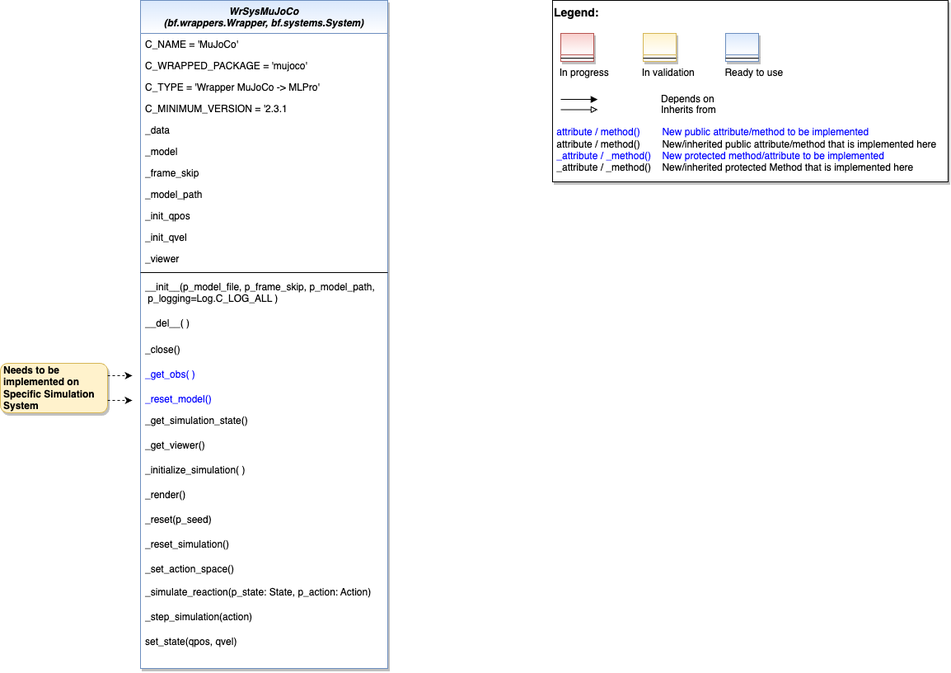
Before: doc/rtd/content/append2/core/images/wrappers/MLPro-Wrappers-Mujoco.drawio.png, a diagram exported from draw.io (fhswf/MLPro). Source tidied: cells renumbered, new cells last; positions are measured from the earlier drawing's top-left corner, leaving out a move shared by most shapes.
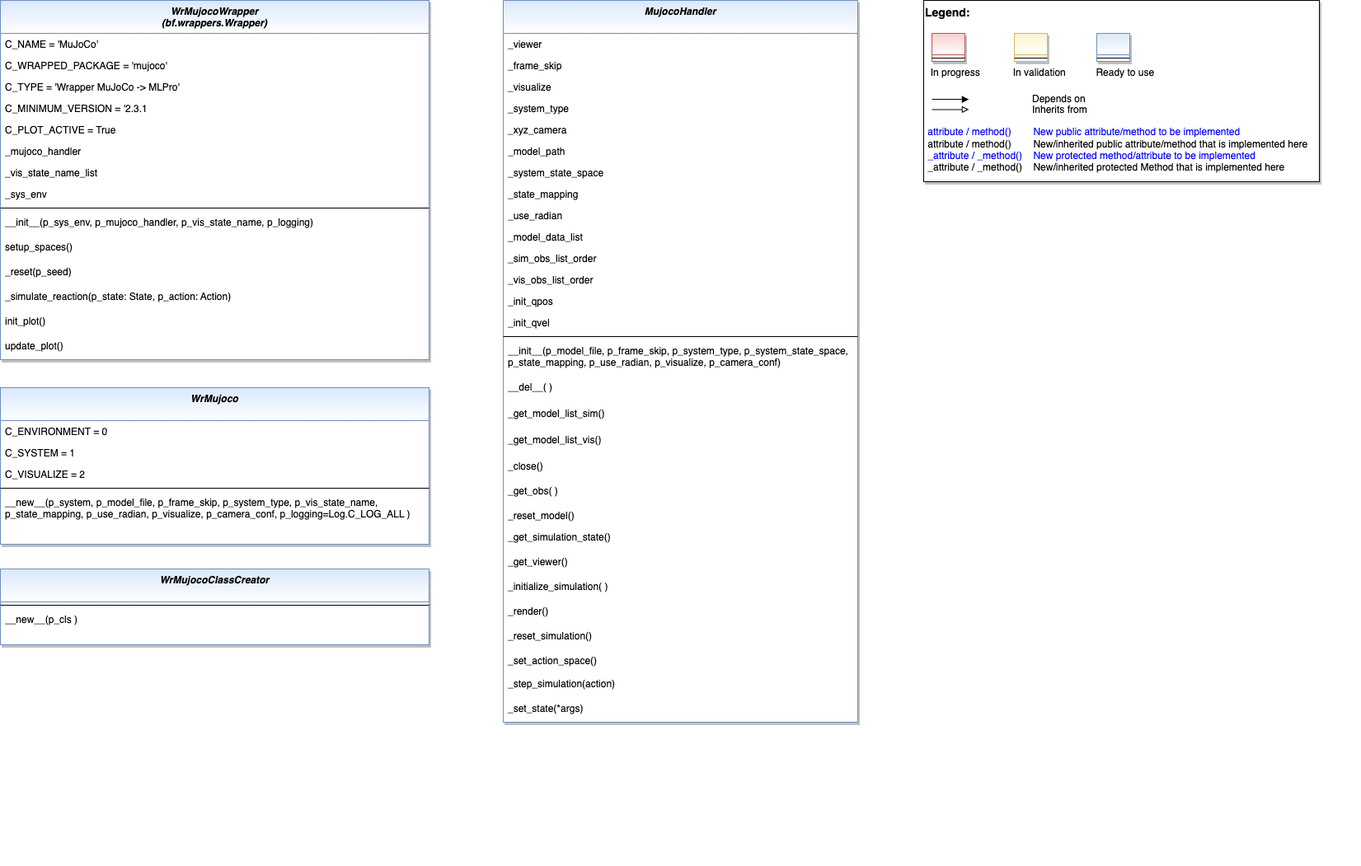
The same diagram one commit later.

What changed in the source:
```diff
@@ -4,88 +4,52 @@
     <mxCell id="1" parent="0" />
-    <mxCell id="2" value="WrSysMuJoCo&#10;(bf.wrappers.Wrapper, bf.systems.System)" style="swimlane;fontStyle=3;align=center;verticalAlign=top;horizontal=1;startSize=40;rounded=0;shadow=1;strokeWidth=1;fillColor=#dae8fc;strokeColor=#6c8ebf;gradientColor=#ffffff;swimlaneFillColor=#ffffff;" parent="1" vertex="1">
-      <mxGeometry x="170" width="300" height="810" as="geometry" />
+    <mxCell id="2" value="WrMujocoWrapper&#10;(bf.wrappers.Wrapper)" style="swimlane;fontStyle=3;align=center;verticalAlign=top;horizontal=1;startSize=40;rounded=0;shadow=1;strokeWidth=1;fillColor=#dae8fc;strokeColor=#6c8ebf;gradientColor=#ffffff;swimlaneFillColor=#ffffff;" parent="1" vertex="1">
+      <mxGeometry x="40" y="10" width="520" height="436" as="geometry" />
     </mxCell>
     <mxCell id="3" value="C_NAME = 'MuJoCo'" style="text;align=left;verticalAlign=top;spacingLeft=4;spacingRight=4;overflow=hidden;" parent="2" vertex="1">
-      <mxGeometry y="40" width="300" height="26" as="geometry" />
+      <mxGeometry y="40" width="520" height="26" as="geometry" />
     </mxCell>
     <mxCell id="4" value="C_WRAPPED_PACKAGE = 'mujoco'" style="text;align=left;verticalAlign=top;spacingLeft=4;spacingRight=4;overflow=hidden;" parent="2" vertex="1">
-      <mxGeometry y="66" width="300" height="26" as="geometry" />
+      <mxGeometry y="66" width="520" height="26" as="geometry" />
     </mxCell>
     <mxCell id="5" value="C_TYPE = 'Wrapper MuJoCo -&gt; MLPro'" style="text;align=left;verticalAlign=top;spacingLeft=4;spacingRight=4;overflow=hidden;" parent="2" vertex="1">
-      <mxGeometry y="92" width="300" height="26" as="geometry" />
+      <mxGeometry y="92" width="520" height="26" as="geometry" />
     </mxCell>
     <mxCell id="6" value="C_MINIMUM_VERSION = '2.3.1" style="text;align=left;verticalAlign=top;spacingLeft=4;spacingRight=4;overflow=hidden;" parent="2" vertex="1">
-      <mxGeometry y="118" width="300" height="26" as="geometry" />
+      <mxGeometry y="118" width="520" height="26" as="geometry" />
     </mxCell>
+    <mxCell id="43" value="C_PLOT_ACTIVE = True" style="text;align=left;verticalAlign=top;spacingLeft=4;spacingRight=4;overflow=hidden;" parent="2" vertex="1">
+      <mxGeometry y="144" width="520" height="26" as="geometry" />
+    </mxCell>
-    <mxCell id="7" value="_data" style="text;align=left;verticalAlign=top;spacingLeft=4;spacingRight=4;overflow=hidden;" parent="2" vertex="1">
-      <mxGeometry y="144" width="300" height="26" as="geometry" />
+    <mxCell id="7" value="_mujoco_handler" style="text;align=left;verticalAlign=top;spacingLeft=4;spacingRight=4;overflow=hidden;" parent="2" vertex="1">
+      <mxGeometry y="170" width="520" height="26" as="geometry" />
     </mxCell>
-    <mxCell id="8" value="_model" style="text;align=left;verticalAlign=top;spacingLeft=4;spacingRight=4;overflow=hidden;" parent="2" vertex="1">
-      <mxGeometry y="170" width="300" height="26" as="geometry" />
-    </mxCell>
-    <mxCell id="9" value="_frame_skip" style="text;align=left;verticalAlign=top;spacingLeft=4;spacingRight=4;overflow=hidden;" parent="2" vertex="1">
-      <mxGeometry y="196" width="300" height="26" as="geometry" />
-    </mxCell>
-    <mxCell id="10" value="_model_path" style="text;align=left;verticalAlign=top;spacingLeft=4;spacingRight=4;overflow=hidden;" parent="2" vertex="1">
-      <mxGeometry y="222" width="300" height="26" as="geometry" />
-    </mxCell>
-    <mxCell id="11" value="_init_qpos" style="text;align=left;verticalAlign=top;spacingLeft=4;spacingRight=4;overflow=hidden;" parent="2" vertex="1">
-      <mxGeometry y="248" width="300" height="26" as="geometry" />
-    </mxCell>
-    <mxCell id="12" value="_init_qvel" style="text;align=left;verticalAlign=top;spacingLeft=4;spacingRight=4;overflow=hidden;" parent="2" vertex="1">
-      <mxGeometry y="274" width="300" height="26" as="geometry" />
-    </mxCell>
-    <mxCell id="13" value="_viewer" style="text;align=left;verticalAlign=top;spacingLeft=4;spacingRight=4;overflow=hidden;" parent="2" vertex="1">
-      <mxGeometry y="300" width="300" height="26" as="geometry" />
-    </mxCell>
+    <mxCell id="44" value="_vis_state_name_list" style="text;align=left;verticalAlign=top;spacingLeft=4;spacingRight=4;overflow=hidden;" parent="2" vertex="1">
+      <mxGeometry y="196" width="520" height="26" as="geometry" />
+    </mxCell>
+    <mxCell id="45" value="_sys_env" style="text;align=left;verticalAlign=top;spacingLeft=4;spacingRight=4;overflow=hidden;" parent="2" vertex="1">
+      <mxGeometry y="222" width="520" height="26" as="geometry" />
+    </mxCell>
     <mxCell id="14" style="line;html=1;strokeWidth=1;align=left;verticalAlign=middle;spacingTop=-1;spacingLeft=3;spacingRight=3;labelPosition=right;" parent="2" vertex="1">
-      <mxGeometry y="326" width="300" height="8" as="geometry" />
+      <mxGeometry y="248" width="520" height="8" as="geometry" />
     </mxCell>
-    <mxCell id="15" value="__init__(p_model_file, p_frame_skip, p_model_path,&#10; p_logging=Log.C_LOG_ALL )" style="text;align=left;verticalAlign=top;spacingLeft=4;spacingRight=4;overflow=hidden;" parent="2" vertex="1">
-      <mxGeometry y="334" width="300" height="44" as="geometry" />
-    </mxCell>
-    <mxCell id="16" value="__del__( )" style="text;align=left;verticalAlign=top;spacingLeft=4;spacingRight=4;overflow=hidden;" parent="2" vertex="1">
-      <mxGeometry y="378" width="300" height="32" as="geometry" />
-    </mxCell>
-    <mxCell id="17" value="_close()" style="text;align=left;verticalAlign=top;spacingLeft=4;spacingRight=4;overflow=hidden;" parent="2" vertex="1">
-      <mxGeometry y="410" width="300" height="30" as="geometry" />
-    </mxCell>
-    <mxCell id="18" value="_get_obs( )" style="text;align=left;verticalAlign=top;spacingLeft=4;spacingRight=4;overflow=hidden;fontColor=#0000FF;" parent="2" vertex="1">
-      <mxGeometry y="440" width="300" height="30" as="geometry" />
-    </mxCell>
-    <mxCell id="19" value="_reset_model()" style="text;align=left;verticalAlign=top;spacingLeft=4;spacingRight=4;overflow=hidden;fontColor=#0000FF;" parent="2" vertex="1">
-      <mxGeometry y="470" width="300" height="26" as="geometry" />
-    </mxCell>
-    <mxCell id="20" value="_get_simulation_state()" style="text;align=left;verticalAlign=top;spacingLeft=4;spacingRight=4;overflow=hidden;" parent="2" vertex="1">
-      <mxGeometry y="496" width="300" height="30" as="geometry" />
-    </mxCell>
-    <mxCell id="21" value="_get_viewer()" style="text;align=left;verticalAlign=top;spacingLeft=4;spacingRight=4;overflow=hidden;" parent="2" vertex="1">
-      <mxGeometry y="526" width="300" height="30" as="geometry" />
-    </mxCell>
-    <mxCell id="22" value="_initialize_simulation( )" style="text;align=left;verticalAlign=top;spacingLeft=4;spacingRight=4;overflow=hidden;" parent="2" vertex="1">
-      <mxGeometry y="556" width="300" height="30" as="geometry" />
-    </mxCell>
-    <mxCell id="23" value="_render()" style="text;align=left;verticalAlign=top;spacingLeft=4;spacingRight=4;overflow=hidden;" parent="2" vertex="1">
-      <mxGeometry y="586" width="300" height="30" as="geometry" />
-    </mxCell>
+    <mxCell id="46" value="__init__(p_sys_env, p_mujoco_handler, p_vis_state_name, p_logging)" style="text;align=left;verticalAlign=top;spacingLeft=4;spacingRight=4;overflow=hidden;" parent="2" vertex="1">
+      <mxGeometry y="256" width="520" height="30" as="geometry" />
+    </mxCell>
+    <mxCell id="47" value="setup_spaces()" style="text;align=left;verticalAlign=top;spacingLeft=4;spacingRight=4;overflow=hidden;" parent="2" vertex="1">
+      <mxGeometry y="286" width="520" height="30" as="geometry" />
+    </mxCell>
     <mxCell id="24" value="_reset(p_seed)" style="text;align=left;verticalAlign=top;spacingLeft=4;spacingRight=4;overflow=hidden;" parent="2" vertex="1">
-      <mxGeometry y="616" width="300" height="30" as="geometry" />
+      <mxGeometry y="316" width="520" height="30" as="geometry" />
     </mxCell>
-    <mxCell id="25" value="_reset_simulation()" style="text;align=left;verticalAlign=top;spacingLeft=4;spacingRight=4;overflow=hidden;" parent="2" vertex="1">
-      <mxGeometry y="646" width="300" height="30" as="geometry" />
-    </mxCell>
-    <mxCell id="26" value="_set_action_space()" style="text;align=left;verticalAlign=top;spacingLeft=4;spacingRight=4;overflow=hidden;" parent="2" vertex="1">
-      <mxGeometry y="676" width="300" height="28" as="geometry" />
-    </mxCell>
     <mxCell id="27" value="_simulate_reaction(p_state: State, p_action: Action)" style="text;align=left;verticalAlign=top;spacingLeft=4;spacingRight=4;overflow=hidden;" parent="2" vertex="1">
-      <mxGeometry y="704" width="300" height="30" as="geometry" />
+      <mxGeometry y="346" width="520" height="30" as="geometry" />
     </mxCell>
-    <mxCell id="28" value="_step_simulation(action)" style="text;align=left;verticalAlign=top;spacingLeft=4;spacingRight=4;overflow=hidden;" parent="2" vertex="1">
-      <mxGeometry y="734" width="300" height="30" as="geometry" />
+    <mxCell id="28" value="init_plot()" style="text;align=left;verticalAlign=top;spacingLeft=4;spacingRight=4;overflow=hidden;" parent="2" vertex="1">
+      <mxGeometry y="376" width="520" height="30" as="geometry" />
     </mxCell>
-    <mxCell id="29" value="set_state(qpos, qvel)" style="text;align=left;verticalAlign=top;spacingLeft=4;spacingRight=4;overflow=hidden;" parent="2" vertex="1">
-      <mxGeometry y="764" width="300" height="30" as="geometry" />
-    </mxCell>
+    <mxCell id="48" value="update_plot()" style="text;align=left;verticalAlign=top;spacingLeft=4;spacingRight=4;overflow=hidden;" parent="2" vertex="1">
+      <mxGeometry y="406" width="520" height="30" as="geometry" />
+    </mxCell>
     <mxCell id="30" style="group;" parent="1" vertex="1">
-      <mxGeometry x="670" width="480" height="220" as="geometry" />
+      <mxGeometry x="1160" y="10" width="530" height="1050" as="geometry" />
     </mxCell>
@@ -129,15 +93,122 @@
     </mxCell>
-    <mxCell id="40" value="Needs to be implemented on Specific Simulation System" style="rounded=1;whiteSpace=wrap;html=1;fillColor=#fff2cc;strokeColor=#d6b656;shadow=1;fontStyle=1;align=left;spacingLeft=2;" parent="1" vertex="1">
-      <mxGeometry y="440" width="130" height="60" as="geometry" />
-    </mxCell>
-    <mxCell id="41" style="endArrow=classic;html=1;fontColor=#0000FF;exitX=1;exitY=0.25;exitDx=0;exitDy=0;rounded=0;dashed=1;" parent="1" edge="1" source="40">
-      <mxGeometry relative="1" as="geometry">
-        <mxPoint x="160" y="455" as="targetPoint" />
-      </mxGeometry>
-    </mxCell>
-    <mxCell id="42" style="endArrow=classic;html=1;fontColor=#0000FF;exitX=1;exitY=0.75;exitDx=0;exitDy=0;rounded=0;dashed=1;" parent="1" edge="1" source="40">
-      <mxGeometry relative="1" as="geometry">
-        <mxPoint x="160" y="485" as="targetPoint" />
-      </mxGeometry>
-    </mxCell>
+    <mxCell id="49" value="MujocoHandler" style="swimlane;fontStyle=3;align=center;verticalAlign=top;horizontal=1;startSize=40;rounded=0;shadow=1;strokeWidth=1;fillColor=#dae8fc;strokeColor=#6c8ebf;gradientColor=#ffffff;swimlaneFillColor=#ffffff;" parent="1" vertex="1">
+      <mxGeometry x="650" y="10" width="430" height="876" as="geometry" />
+    </mxCell>
+    <mxCell id="13" value="_viewer" style="text;align=left;verticalAlign=top;spacingLeft=4;spacingRight=4;overflow=hidden;" parent="49" vertex="1">
+      <mxGeometry y="40" width="430" height="26" as="geometry" />
+    </mxCell>
+    <mxCell id="9" value="_frame_skip" style="text;align=left;verticalAlign=top;spacingLeft=4;spacingRight=4;overflow=hidden;" parent="49" vertex="1">
+      <mxGeometry y="66" width="430" height="26" as="geometry" />
+    </mxCell>
+    <mxCell id="50" value="_visualize" style="text;align=left;verticalAlign=top;spacingLeft=4;spacingRight=4;overflow=hidden;" parent="49" vertex="1">
+      <mxGeometry y="92" width="430" height="26" as="geometry" />
+    </mxCell>
+    <mxCell id="51" value="_system_type" style="text;align=left;verticalAlign=top;spacingLeft=4;spacingRight=4;overflow=hidden;" parent="49" vertex="1">
+      <mxGeometry y="118" width="430" height="26" as="geometry" />
+    </mxCell>
+    <mxCell id="52" value="_xyz_camera" style="text;align=left;verticalAlign=top;spacingLeft=4;spacingRight=4;overflow=hidden;" parent="49" vertex="1">
+      <mxGeometry y="144" width="430" height="26" as="geometry" />
+    </mxCell>
+    <mxCell id="10" value="_model_path" style="text;align=left;verticalAlign=top;spacingLeft=4;spacingRight=4;overflow=hidden;" parent="49" vertex="1">
+      <mxGeometry y="170" width="430" height="26" as="geometry" />
+    </mxCell>
+    <mxCell id="53" value="_system_state_space" style="text;align=left;verticalAlign=top;spacingLeft=4;spacingRight=4;overflow=hidden;" parent="49" vertex="1">
+      <mxGeometry y="196" width="430" height="26" as="geometry" />
+    </mxCell>
+    <mxCell id="54" value="_state_mapping" style="text;align=left;verticalAlign=top;spacingLeft=4;spacingRight=4;overflow=hidden;" parent="49" vertex="1">
+      <mxGeometry y="222" width="430" height="26" as="geometry" />
+    </mxCell>
+    <mxCell id="55" value="_use_radian" style="text;align=left;verticalAlign=top;spacingLeft=4;spacingRight=4;overflow=hidden;" parent="49" vertex="1">
+      <mxGeometry y="248" width="430" height="26" as="geometry" />
+    </mxCell>
+    <mxCell id="56" value="_model_data_list" style="text;align=left;verticalAlign=top;spacingLeft=4;spacingRight=4;overflow=hidden;" parent="49" vertex="1">
+      <mxGeometry y="274" width="430" height="26" as="geometry" />
+    </mxCell>
+    <mxCell id="57" value="_sim_obs_list_order" style="text;align=left;verticalAlign=top;spacingLeft=4;spacingRight=4;overflow=hidden;" parent="49" vertex="1">
+      <mxGeometry y="300" width="430" height="26" as="geometry" />
+    </mxCell>
+    <mxCell id="58" value="_vis_obs_list_order" style="text;align=left;verticalAlign=top;spacingLeft=4;spacingRight=4;overflow=hidden;" parent="49" vertex="1">
+      <mxGeometry y="326" width="430" height="26" as="geometry" />
+    </mxCell>
+    <mxCell id="11" value="_init_qpos" style="text;align=left;verticalAlign=top;spacingLeft=4;spacingRight=4;overflow=hidden;" parent="49" vertex="1">
+      <mxGeometry y="352" width="430" height="26" as="geometry" />
+    </mxCell>
+    <mxCell id="12" value="_init_qvel" style="text;align=left;verticalAlign=top;spacingLeft=4;spacingRight=4;overflow=hidden;" parent="49" vertex="1">
+      <mxGeometry y="378" width="430" height="26" as="geometry" />
+    </mxCell>
+    <mxCell id="59" style="line;html=1;strokeWidth=1;align=left;verticalAlign=middle;spacingTop=-1;spacingLeft=3;spacingRight=3;labelPosition=right;" parent="49" vertex="1">
+      <mxGeometry y="404" width="430" height="8" as="geometry" />
+    </mxCell>
+    <mxCell id="60" value="__init__(p_model_file, p_frame_skip, p_system_type, p_system_state_space,&#10;p_state_mapping, p_use_radian, p_visualize, p_camera_conf)" style="text;align=left;verticalAlign=top;spacingLeft=4;spacingRight=4;overflow=hidden;" parent="49" vertex="1">
+      <mxGeometry y="412" width="430" height="44" as="geometry" />
+    </mxCell>
+    <mxCell id="16" value="__del__( )" style="text;align=left;verticalAlign=top;spacingLeft=4;spacingRight=4;overflow=hidden;" parent="49" vertex="1">
+      <mxGeometry y="456" width="430" height="32" as="geometry" />
+    </mxCell>
+    <mxCell id="61" value="_get_model_list_sim()" style="text;align=left;verticalAlign=top;spacingLeft=4;spacingRight=4;overflow=hidden;" parent="49" vertex="1">
+      <mxGeometry y="488" width="430" height="32" as="geometry" />
+    </mxCell>
+    <mxCell id="62" value="_get_model_list_vis()" style="text;align=left;verticalAlign=top;spacingLeft=4;spacingRight=4;overflow=hidden;" parent="49" vertex="1">
+      <mxGeometry y="520" width="430" height="32" as="geometry" />
+    </mxCell>
+    <mxCell id="17" value="_close()" style="text;align=left;verticalAlign=top;spacingLeft=4;spacingRight=4;overflow=hidden;" parent="49" vertex="1">
+      <mxGeometry y="552" width="430" height="30" as="geometry" />
+    </mxCell>
+    <mxCell id="18" value="_get_obs( )" style="text;align=left;verticalAlign=top;spacingLeft=4;spacingRight=4;overflow=hidden;fontColor=#000000;" parent="49" vertex="1">
+      <mxGeometry y="582" width="430" height="30" as="geometry" />
+    </mxCell>
+    <mxCell id="19" value="_reset_model()" style="text;align=left;verticalAlign=top;spacingLeft=4;spacingRight=4;overflow=hidden;fontColor=#000000;" parent="49" vertex="1">
+      <mxGeometry y="612" width="430" height="26" as="geometry" />
+    </mxCell>
+    <mxCell id="20" value="_get_simulation_state()" style="text;align=left;verticalAlign=top;spacingLeft=4;spacingRight=4;overflow=hidden;" parent="49" vertex="1">
+      <mxGeometry y="638" width="430" height="30" as="geometry" />
+    </mxCell>
+    <mxCell id="21" value="_get_viewer()" style="text;align=left;verticalAlign=top;spacingLeft=4;spacingRight=4;overflow=hidden;" parent="49" vertex="1">
+      <mxGeometry y="668" width="430" height="30" as="geometry" />
+    </mxCell>
+    <mxCell id="22" value="_initialize_simulation( )" style="text;align=left;verticalAlign=top;spacingLeft=4;spacingRight=4;overflow=hidden;" parent="49" vertex="1">
+      <mxGeometry y="698" width="430" height="30" as="geometry" />
+    </mxCell>
+    <mxCell id="23" value="_render()" style="text;align=left;verticalAlign=top;spacingLeft=4;spacingRight=4;overflow=hidden;" parent="49" vertex="1">
+      <mxGeometry y="728" width="430" height="30" as="geometry" />
+    </mxCell>
+    <mxCell id="25" value="_reset_simulation()" style="text;align=left;verticalAlign=top;spacingLeft=4;spacingRight=4;overflow=hidden;" parent="49" vertex="1">
+      <mxGeometry y="758" width="430" height="30" as="geometry" />
+    </mxCell>
+    <mxCell id="26" value="_set_action_space()" style="text;align=left;verticalAlign=top;spacingLeft=4;spacingRight=4;overflow=hidden;" parent="49" vertex="1">
+      <mxGeometry y="788" width="430" height="28" as="geometry" />
+    </mxCell>
+    <mxCell id="63" value="_step_simulation(action)" style="text;align=left;verticalAlign=top;spacingLeft=4;spacingRight=4;overflow=hidden;" parent="49" vertex="1">
+      <mxGeometry y="816" width="430" height="30" as="geometry" />
+    </mxCell>
+    <mxCell id="64" value="_set_state(*args)" style="text;align=left;verticalAlign=top;spacingLeft=4;spacingRight=4;overflow=hidden;" parent="49" vertex="1">
+      <mxGeometry y="846" width="430" height="30" as="geometry" />
+    </mxCell>
+    <mxCell id="65" value="WrMujoco" style="swimlane;fontStyle=3;align=center;verticalAlign=top;horizontal=1;startSize=40;rounded=0;shadow=1;strokeWidth=1;fillColor=#dae8fc;strokeColor=#6c8ebf;gradientColor=#ffffff;swimlaneFillColor=#ffffff;" parent="1" vertex="1">
+      <mxGeometry x="40" y="480" width="520" height="190" as="geometry" />
+    </mxCell>
+    <mxCell id="66" value="C_ENVIRONMENT = 0" style="text;align=left;verticalAlign=top;spacingLeft=4;spacingRight=4;overflow=hidden;" parent="65" vertex="1">
+      <mxGeometry y="40" width="520" height="26" as="geometry" />
+    </mxCell>
+    <mxCell id="67" value="C_SYSTEM = 1" style="text;align=left;verticalAlign=top;spacingLeft=4;spacingRight=4;overflow=hidden;" parent="65" vertex="1">
+      <mxGeometry y="66" width="520" height="26" as="geometry" />
+    </mxCell>
+    <mxCell id="68" value="C_VISUALIZE = 2" style="text;align=left;verticalAlign=top;spacingLeft=4;spacingRight=4;overflow=hidden;" parent="65" vertex="1">
+      <mxGeometry y="92" width="520" height="26" as="geometry" />
+    </mxCell>
+    <mxCell id="69" style="line;html=1;strokeWidth=1;align=left;verticalAlign=middle;spacingTop=-1;spacingLeft=3;spacingRight=3;labelPosition=right;" parent="65" vertex="1">
+      <mxGeometry y="118" width="520" height="8" as="geometry" />
+    </mxCell>
+    <mxCell id="70" value="__new__(p_system, p_model_file, p_frame_skip, p_system_type, p_vis_state_name,&#10;p_state_mapping, p_use_radian, p_visualize, p_camera_conf, p_logging=Log.C_LOG_ALL )" style="text;align=left;verticalAlign=top;spacingLeft=4;spacingRight=4;overflow=hidden;" parent="65" vertex="1">
+      <mxGeometry y="126" width="520" height="44" as="geometry" />
+    </mxCell>
+    <mxCell id="71" value="WrMujocoClassCreator" style="swimlane;fontStyle=3;align=center;verticalAlign=top;horizontal=1;startSize=40;rounded=0;shadow=1;strokeWidth=1;fillColor=#dae8fc;strokeColor=#6c8ebf;gradientColor=#ffffff;swimlaneFillColor=#ffffff;" parent="1" vertex="1">
+      <mxGeometry x="40" y="700" width="520" height="92" as="geometry" />
+    </mxCell>
+    <mxCell id="72" style="line;html=1;strokeWidth=1;align=left;verticalAlign=middle;spacingTop=-1;spacingLeft=3;spacingRight=3;labelPosition=right;" parent="71" vertex="1">
+      <mxGeometry y="40" width="520" height="8" as="geometry" />
+    </mxCell>
+    <mxCell id="73" value="__new__(p_cls )" style="text;align=left;verticalAlign=top;spacingLeft=4;spacingRight=4;overflow=hidden;" parent="71" vertex="1">
+      <mxGeometry y="48" width="520" height="44" as="geometry" />
+    </mxCell>
   </root>
```
